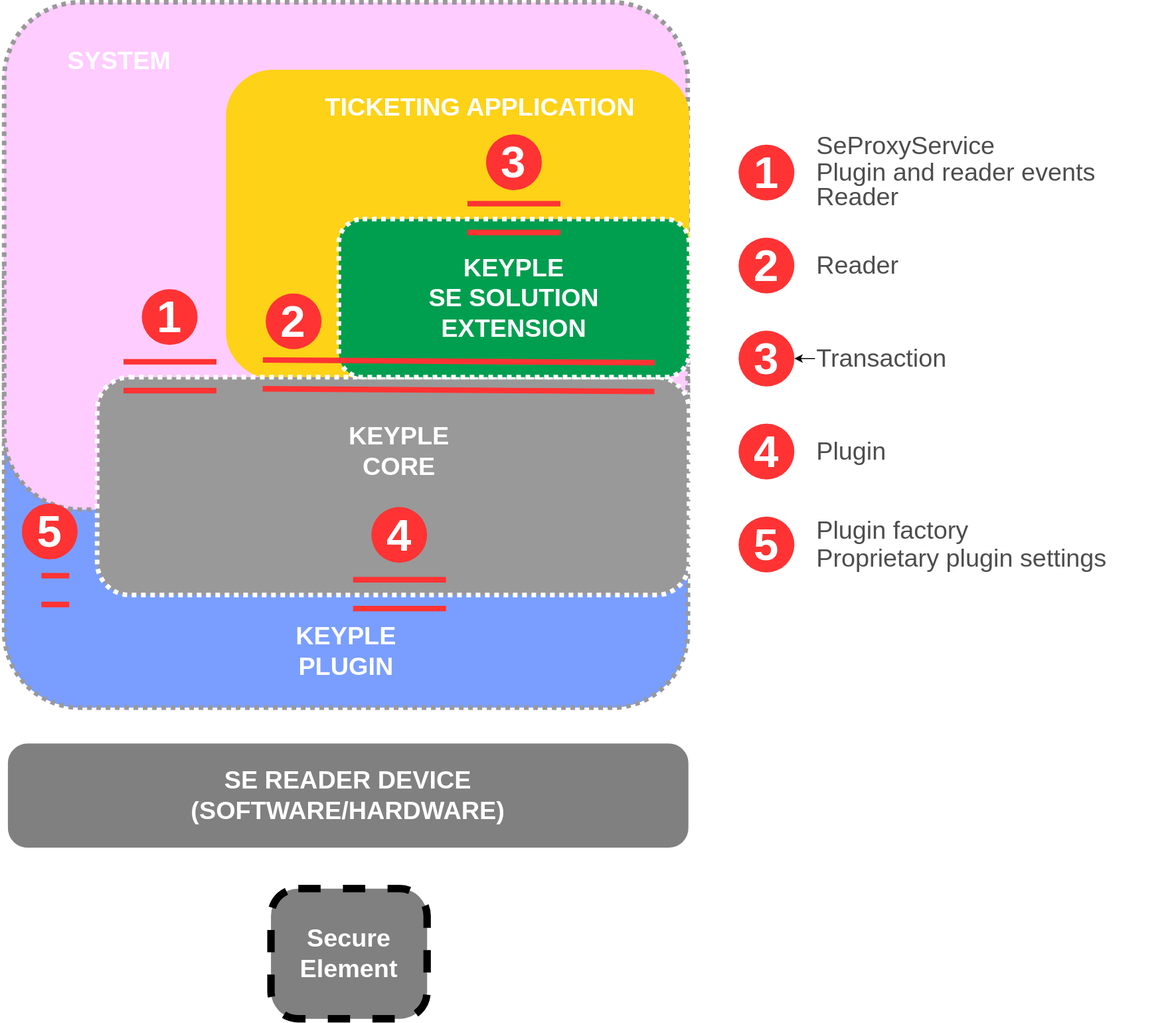
Before: content/docs/API Reference/keyple-interfaces-2.svg, a diagram exported from draw.io (jeanpierrefortune/keyple-website-1). Source tidied: cells renumbered, new cells last; positions are measured from the earlier drawing's top-left corner, leaving out a move shared by most shapes.
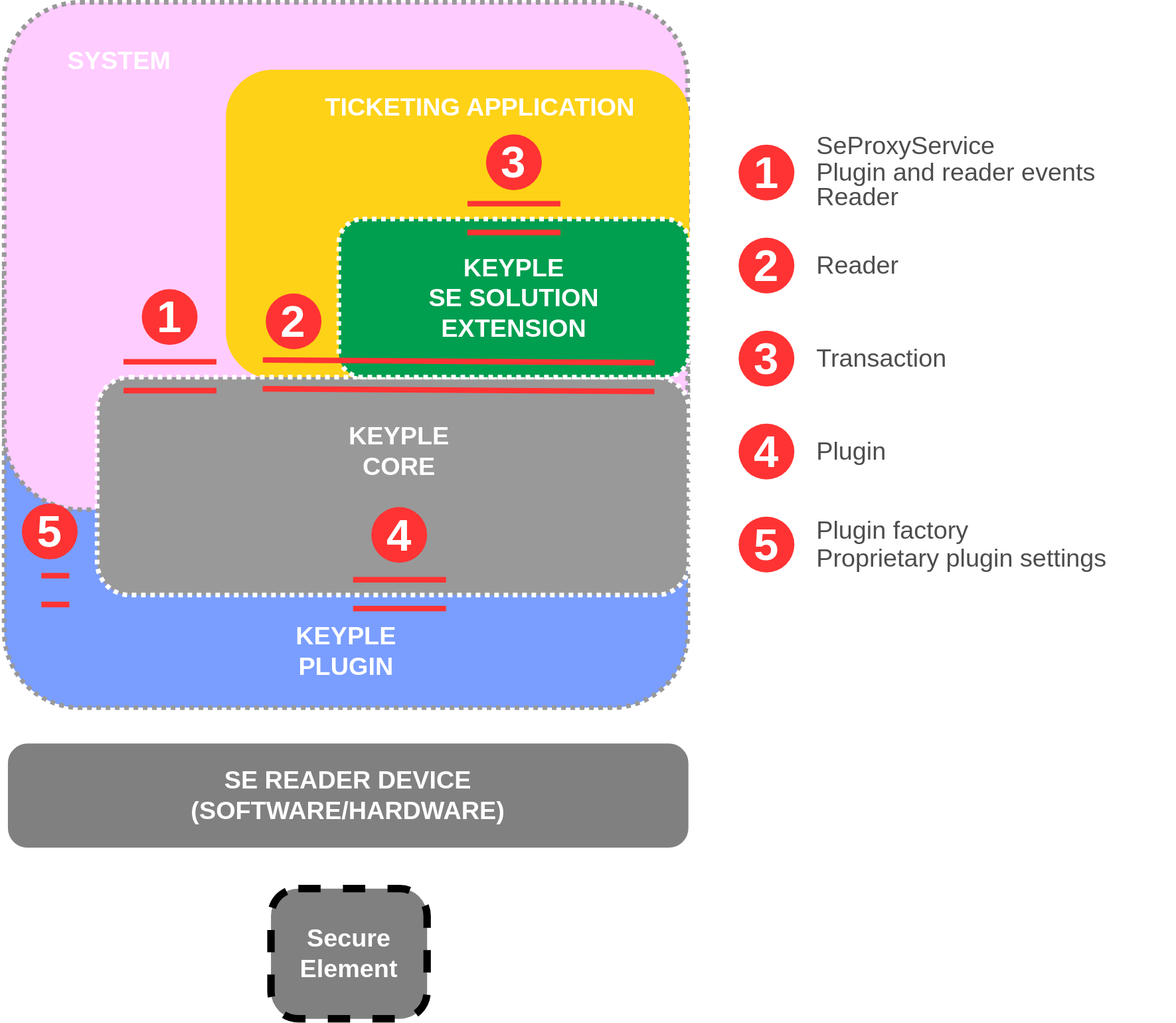
The same diagram one commit later.

Diff of the diagram source:
```diff
@@ -56,9 +56,6 @@
     <mxCell id="17" value="&lt;b&gt;&lt;font style=&quot;font-size: 48px&quot; color=&quot;#ffffff&quot;&gt;1&lt;/font&gt;&lt;/b&gt;" style="ellipse;whiteSpace=wrap;html=1;fillColor=#FF3333;strokeColor=none;" parent="1" vertex="1">
       <mxGeometry x="790" y="153" width="60" height="60" as="geometry" />
     </mxCell>
-    <mxCell id="18" style="edgeStyle=orthogonalEdgeStyle;rounded=0;jettySize=auto;html=1;" parent="1" edge="1" source="19" target="30">
-      <mxGeometry relative="1" as="geometry" />
-    </mxCell>
     <mxCell id="19" value="Transaction" style="text;html=1;strokeColor=none;fillColor=none;align=left;verticalAlign=middle;whiteSpace=wrap;rounded=0;fontSize=27;fontColor=#4D4D4D;" parent="1" vertex="1">
       <mxGeometry x="872.2" y="373" width="387.8" height="20" as="geometry" />
     </mxCell>
```
